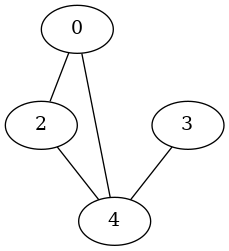
Above: inputGraph.dot.png in inesanshanyan/BCC_graph (Graphviz), before the change. Its source is kept beside it as inputGraph.dot.
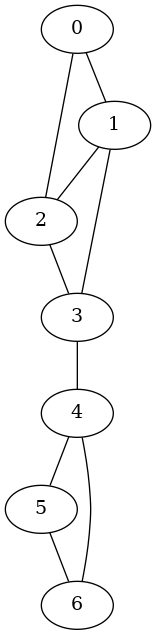
The same file after the commit.

Change to the diagram source:
```diff
@@ -1,6 +1,11 @@
 graph G {
+0 -- 1;
 0 -- 2;
-0 -- 4;
-2 -- 4;
+1 -- 2;
+1 -- 3;
+2 -- 3;
 3 -- 4;
+4 -- 5;
+5 -- 6;
+6 -- 4;
 }
```
